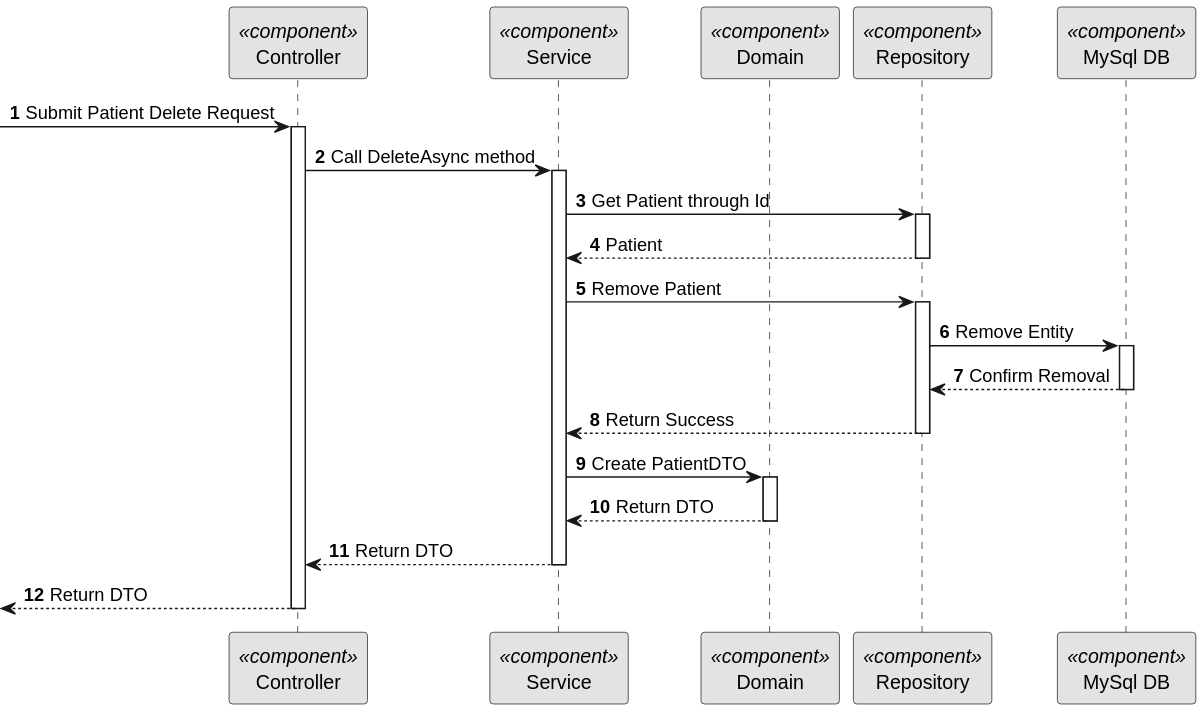
Above: docs/BackofficeModule/5.1.10/sequence-diagram-3.svg in Ana-Miguel-Silva/SurgicalAppointmentAndResourceManagement (PlantUML), before the change.
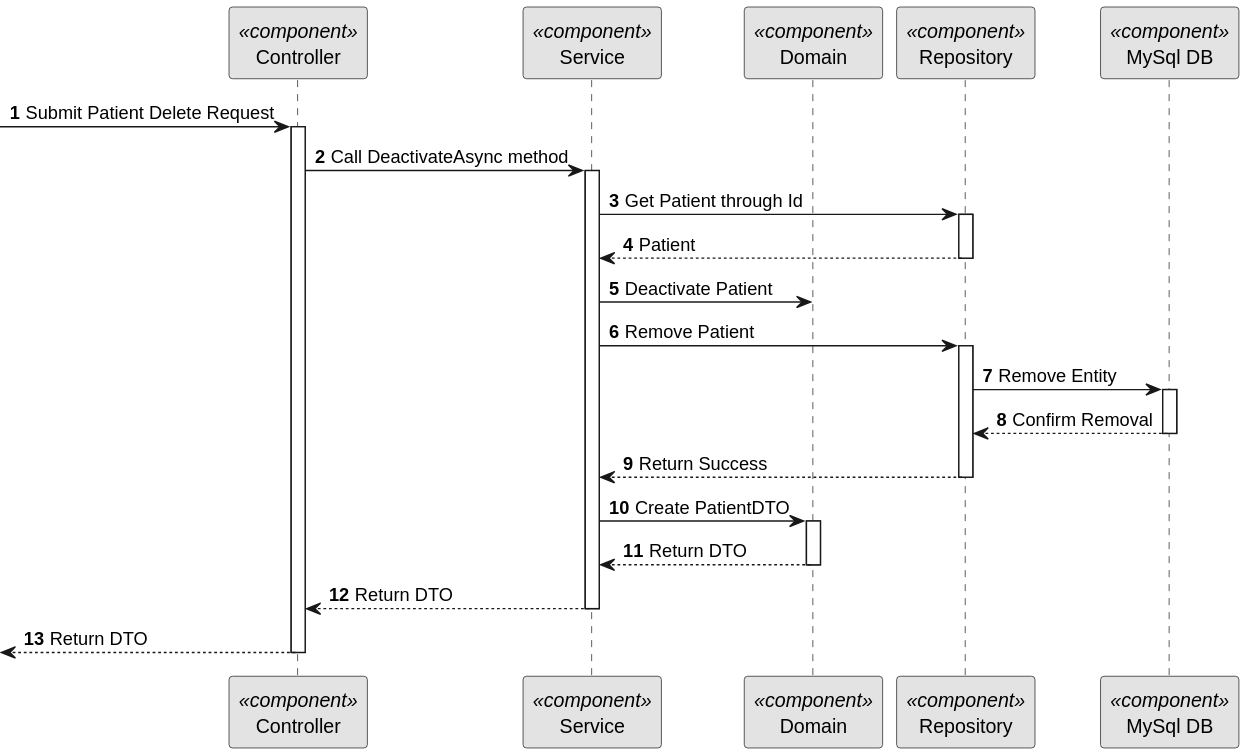
Above is the later version.

The edit, as a diff of the source:
```diff
@@ -14,7 +14,7 @@
 -> CTRL: Submit Patient Delete Request
 activate CTRL
 
-CTRL -> SERV: Call DeleteAsync method
+CTRL -> SERV: Call DeactivateAsync method
 activate SERV
 
 SERV -> REPO: Get Patient through Id
@@ -22,6 +22,9 @@
 
 REPO --> SERV: Patient
 deactivate REPO
+
+SERV -> DOM : Deactivate Patient
+
 
 SERV -> REPO : Remove Patient
 activate REPO
```
